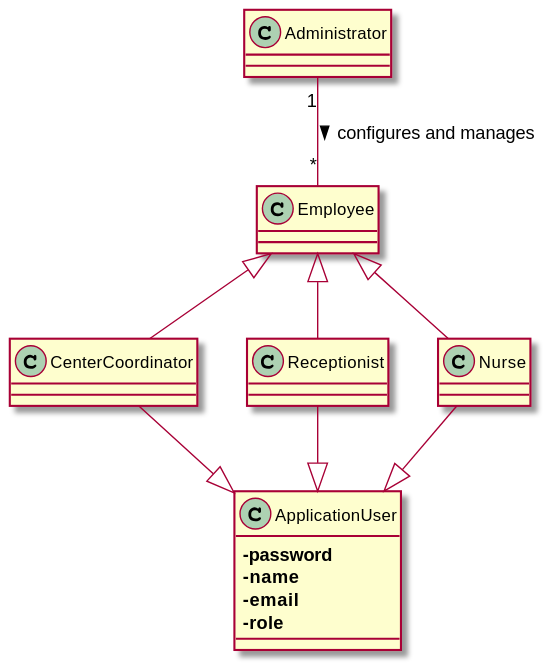
Pirussa/lei-22-s2-1da-g02 keeps this PlantUML diagram as docs/SprintB/US010/US010_MD.svg. Above is the earlier version. Source of this version:
```plantuml
@startuml

class Administrator

class Employee

class Nurse

class CenterCoordinator

class ApplicationUser {
==-password
==-name
==-email
==-role
}

Administrator "1" -d- "*" Employee : configures and manages >

ApplicationUser <|-u- Nurse
ApplicationUser <|-u- Receptionist
ApplicationUser <|-u- CenterCoordinator

Employee <|-d- Nurse
Employee <|-d- Receptionist
Employee <|-d- CenterCoordinator



@enduml
```
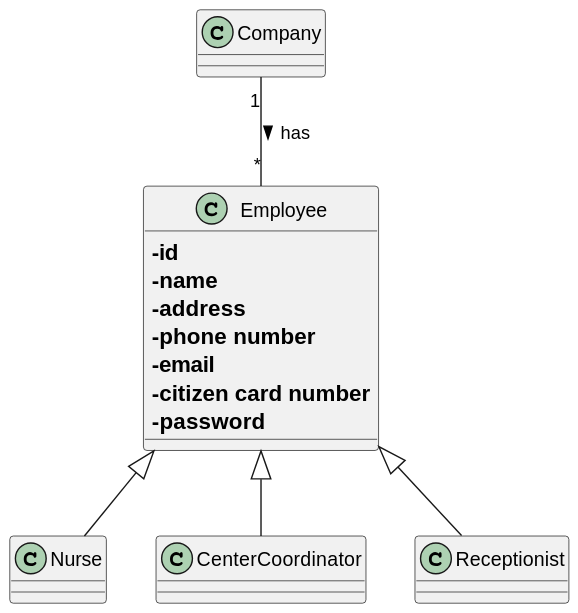
The same diagram one commit later.

Commit message:
US010 - Desgin - Sequence diagram, Class Diagram and MD Extract alterations.

Diff of the diagram source:
```diff
@@ -1,30 +1,25 @@
 @startuml
 
-class Administrator
+class Company
 
-class Employee
+class Employee {
+==-id
+==-name
+==-address
+==-phone number
+==-email
+==-citizen card number
+==-password
+}
 
 class Nurse
 
 class CenterCoordinator
 
-class ApplicationUser {
-==-password
-==-name
-==-email
-==-role
-}
-
-Administrator "1" -d- "*" Employee : configures and manages >
-
-ApplicationUser <|-u- Nurse
-ApplicationUser <|-u- Receptionist
-ApplicationUser <|-u- CenterCoordinator
+Company "1" -d- "*" Employee : has >
 
 Employee <|-d- Nurse
 Employee <|-d- Receptionist
 Employee <|-d- CenterCoordinator
 
-
-
 @enduml
```
